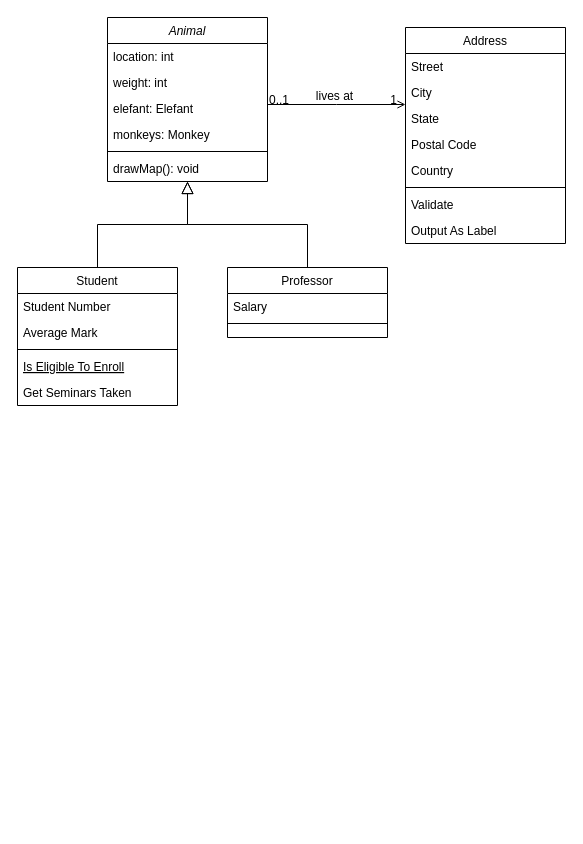
Earlier version of the draw.io diagram Zahlenbande Class Diagram.drawio (minWang916/Zahlenbande). Source tidied: cells renumbered, new cells numbered last; positions are measured from the earlier drawing's top-left corner, leaving out a move shared by most shapes. Both pictures are drawn from the tidied source at 100%, with x=0, y=0 at pixel (17, 17).
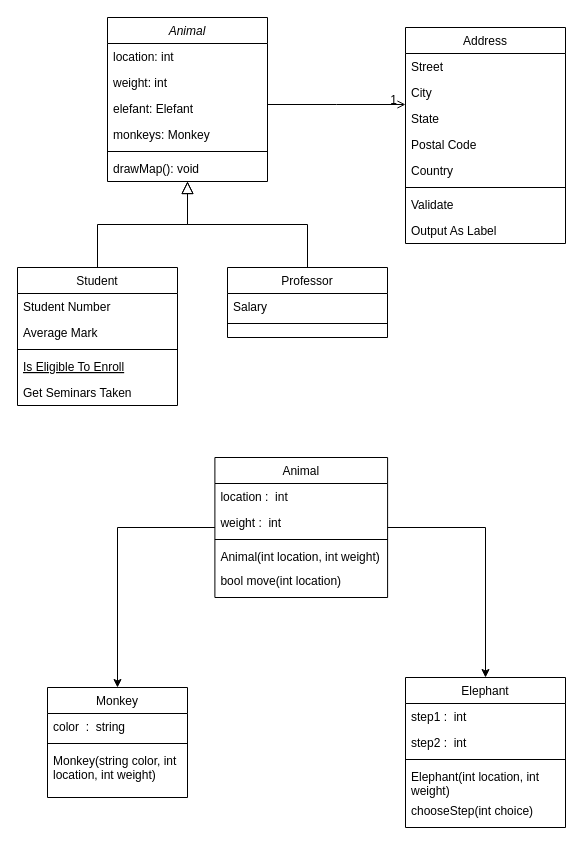
The same page after the edit.

Unchanged cells that the change refers to:
```xml
<mxCell id="29" style="endArrow=open;shadow=0;strokeWidth=1;rounded=0;endFill=1;edgeStyle=elbowEdgeStyle;elbow=vertical;" parent="1" edge="1" source="2" target="20">
  <mxGeometry x="0.5" y="41" relative="1" as="geometry">
    <mxPoint x="-40" y="32" as="offset" />
  </mxGeometry>
</mxCell>
```

The edit, as a diff of the source:
```diff
@@
-    <mxCell id="30" value="0..1" style="align=left;verticalAlign=bottom;labelBackgroundColor=none;fontSize=12;" parent="29" vertex="1">
-      <mxGeometry x="-1" relative="1" as="geometry">
-        <mxPoint y="4" as="offset" />
-      </mxGeometry>
-    </mxCell>
@@
-    <mxCell id="32" value="lives at" style="text;html=1;align=center;verticalAlign=middle;labelBackgroundColor=none;rounded=0;shadow=0;strokeWidth=1;fontSize=12;" parent="29" vertex="1">
-      <mxGeometry x="0.5" y="49" relative="1" as="geometry">
-        <mxPoint x="-38" y="40" as="offset" />
-      </mxGeometry>
-    </mxCell>
+    <mxCell id="33" style="edgeStyle=orthogonalEdgeStyle;rounded=0;jettySize=auto;html=1;entryX=0.5;entryY=0;entryDx=0;entryDy=0;" parent="1" edge="1" source="35" target="41">
+      <mxGeometry relative="1" as="geometry" />
+    </mxCell>
+    <mxCell id="34" style="edgeStyle=orthogonalEdgeStyle;rounded=0;jettySize=auto;html=1;entryX=0.5;entryY=0;entryDx=0;entryDy=0;" parent="1" edge="1" source="35" target="45">
+      <mxGeometry relative="1" as="geometry" />
+    </mxCell>
+    <mxCell id="35" value="Animal" style="swimlane;fontStyle=0;align=center;verticalAlign=top;horizontal=1;startSize=26;rounded=0;shadow=0;strokeWidth=1;" parent="1" vertex="1">
+      <mxGeometry x="197.4" y="440" width="172.7" height="140" as="geometry" />
+    </mxCell>
+    <mxCell id="36" value="location :  int" style="text;align=left;verticalAlign=top;spacingLeft=4;spacingRight=4;overflow=hidden;rounded=0;shadow=0;html=0;" parent="35" vertex="1">
+      <mxGeometry y="26" width="172.7" height="26" as="geometry" />
+    </mxCell>
+    <mxCell id="37" value="weight :  int " style="text;align=left;verticalAlign=top;spacingLeft=4;spacingRight=4;overflow=hidden;rounded=0;shadow=0;html=0;" parent="35" vertex="1">
+      <mxGeometry y="52" width="172.7" height="26" as="geometry" />
+    </mxCell>
+    <mxCell id="38" style="line;html=1;strokeWidth=1;align=left;verticalAlign=middle;spacingTop=-1;spacingLeft=3;spacingRight=3;labelPosition=right;" parent="35" vertex="1">
+      <mxGeometry y="78" width="172.7" height="8" as="geometry" />
+    </mxCell>
+    <mxCell id="39" value="Animal(int location, int weight)" style="text;align=left;verticalAlign=top;spacingLeft=4;spacingRight=4;overflow=hidden;" parent="35" vertex="1">
+      <mxGeometry y="86" width="172.7" height="24" as="geometry" />
+    </mxCell>
+    <mxCell id="40" value="bool move(int location)" style="text;align=left;verticalAlign=top;spacingLeft=4;spacingRight=4;overflow=hidden;" parent="35" vertex="1">
+      <mxGeometry y="110" width="172.7" height="30" as="geometry" />
+    </mxCell>
+    <mxCell id="41" value="Monkey" style="swimlane;fontStyle=0;align=center;verticalAlign=top;horizontal=1;startSize=26;rounded=0;shadow=0;strokeWidth=1;" parent="1" vertex="1">
+      <mxGeometry x="30" y="670" width="140" height="110" as="geometry" />
+    </mxCell>
+    <mxCell id="42" value="color  :  string" style="text;align=left;verticalAlign=top;spacingLeft=4;spacingRight=4;overflow=hidden;" parent="41" vertex="1">
+      <mxGeometry y="26" width="140" height="26" as="geometry" />
+    </mxCell>
+    <mxCell id="43" style="line;html=1;strokeWidth=1;align=left;verticalAlign=middle;spacingTop=-1;spacingLeft=3;spacingRight=3;labelPosition=right;" parent="41" vertex="1">
+      <mxGeometry y="52" width="140" height="8" as="geometry" />
+    </mxCell>
+    <mxCell id="44" value="Monkey(string color, int &#10;location, int weight)" style="text;align=left;verticalAlign=top;spacingLeft=4;spacingRight=4;overflow=hidden;fontStyle=0;" parent="41" vertex="1">
+      <mxGeometry y="60" width="140" height="40" as="geometry" />
+    </mxCell>
+    <mxCell id="45" value="Elephant" style="swimlane;fontStyle=0;align=center;verticalAlign=top;horizontal=1;startSize=26;rounded=0;shadow=0;strokeWidth=1;" parent="1" vertex="1">
+      <mxGeometry x="388" y="660" width="160" height="150" as="geometry" />
+    </mxCell>
+    <mxCell id="46" value="step1 :  int" style="text;align=left;verticalAlign=top;spacingLeft=4;spacingRight=4;overflow=hidden;" parent="45" vertex="1">
+      <mxGeometry y="26" width="160" height="26" as="geometry" />
+    </mxCell>
+    <mxCell id="47" value="step2 :  int " style="text;align=left;verticalAlign=top;spacingLeft=4;spacingRight=4;overflow=hidden;rounded=0;shadow=0;html=0;" parent="45" vertex="1">
+      <mxGeometry y="52" width="160" height="26" as="geometry" />
+    </mxCell>
+    <mxCell id="48" style="line;html=1;strokeWidth=1;align=left;verticalAlign=middle;spacingTop=-1;spacingLeft=3;spacingRight=3;labelPosition=right;" parent="45" vertex="1">
+      <mxGeometry y="78" width="160" height="8" as="geometry" />
+    </mxCell>
+    <mxCell id="49" value="Elephant(int location, int &#10;weight)" style="text;align=left;verticalAlign=top;spacingLeft=4;spacingRight=4;overflow=hidden;" parent="45" vertex="1">
+      <mxGeometry y="86" width="160" height="34" as="geometry" />
+    </mxCell>
+    <mxCell id="50" value="chooseStep(int choice)" style="text;align=left;verticalAlign=top;spacingLeft=4;spacingRight=4;overflow=hidden;" parent="45" vertex="1">
+      <mxGeometry y="120" width="160" height="30" as="geometry" />
+    </mxCell>
```
